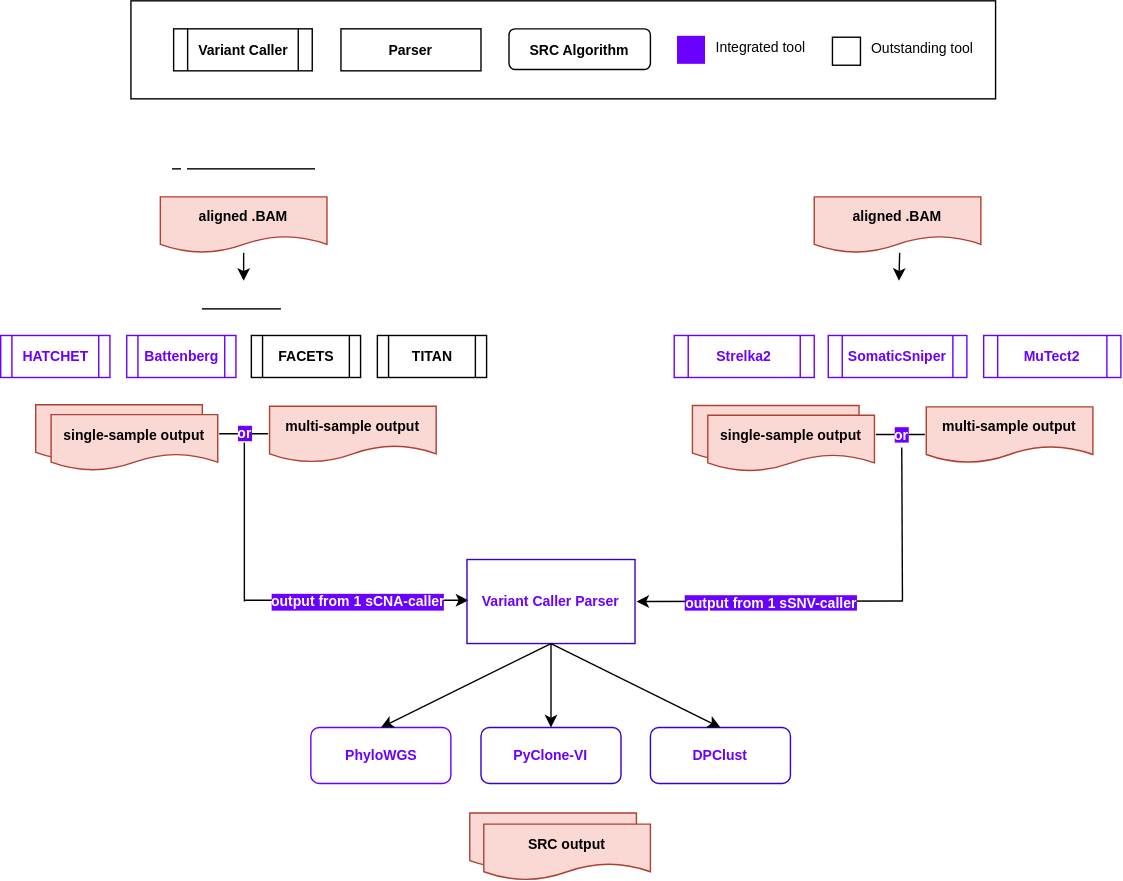
Earlier version of the draw.io export plots/proj-seed_workflow.drawio.svg (uclahs-cds/project-method-AlgorithmEvaluation-BNCH-000082-SRCRNDSeed). Source tidied: cells renumbered, new cells last; positions are measured from the earlier drawing's top-left corner, leaving out a move shared by most shapes.
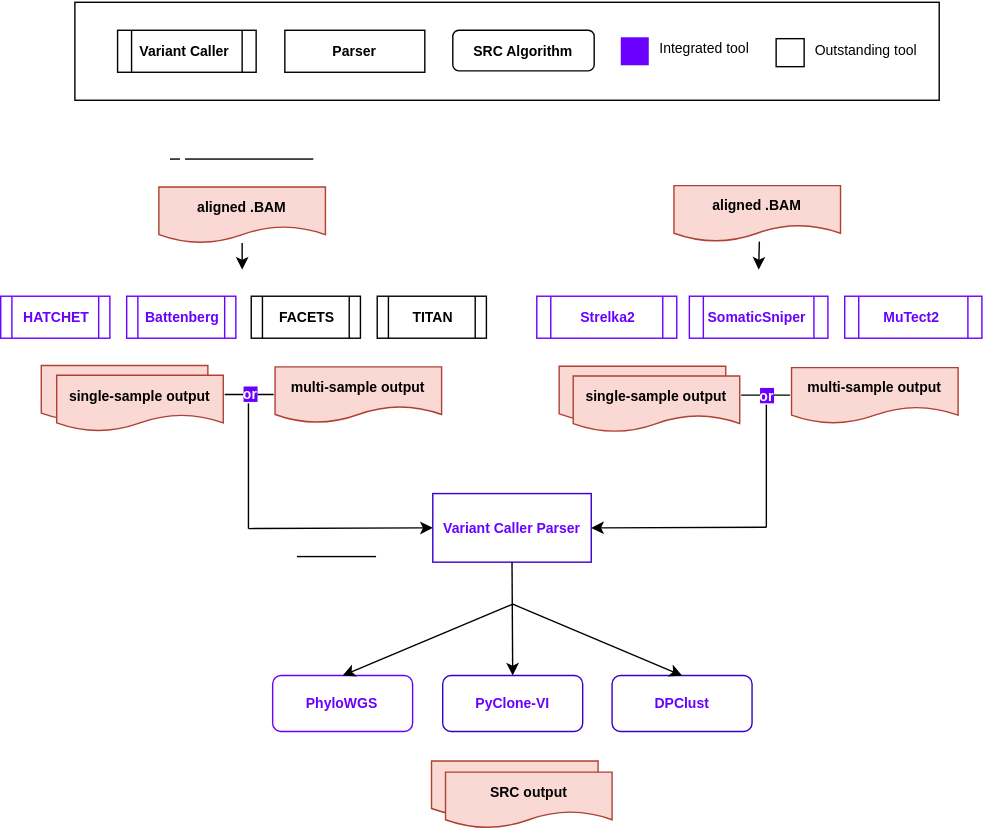
Later version of the same file.

Commit message:
Narrow graphic

Change to the diagram source:
```diff
@@ -4,171 +4,163 @@
     <mxCell id="1" parent="0" />
     <mxCell id="2" style="edgeStyle=none;html=1;fontSize=12;" parent="1" edge="1" source="3">
       <mxGeometry relative="1" as="geometry">
-        <mxPoint x="173.5" y="200" as="targetPoint" />
+        <mxPoint x="208.5" y="220" as="targetPoint" />
       </mxGeometry>
     </mxCell>
     <mxCell id="3" value="&lt;font style=&quot;font-size: 10px&quot; color=&quot;#000000&quot;&gt;&lt;b&gt;aligned .BAM&lt;/b&gt;&lt;/font&gt;" style="shape=document;whiteSpace=wrap;html=1;boundedLbl=1;fontSize=12;fillColor=#fad9d5;strokeColor=#ae4132;" parent="1" vertex="1">
-      <mxGeometry x="114" y="140" width="119" height="40" as="geometry" />
+      <mxGeometry x="149" y="161" width="119" height="40" as="geometry" />
     </mxCell>
     <mxCell id="4" style="edgeStyle=none;html=1;fontSize=12;" parent="1" edge="1">
       <mxGeometry relative="1" as="geometry">
-        <mxPoint x="642" y="180" as="sourcePoint" />
-        <mxPoint x="641.5" y="200" as="targetPoint" />
+        <mxPoint x="578" y="200" as="sourcePoint" />
+        <mxPoint x="577.5" y="220" as="targetPoint" />
       </mxGeometry>
     </mxCell>
     <mxCell id="5" value="&lt;font style=&quot;font-size: 10px&quot; color=&quot;#000000&quot;&gt;&lt;b&gt;aligned .BAM&lt;/b&gt;&lt;/font&gt;" style="shape=document;whiteSpace=wrap;html=1;boundedLbl=1;fontSize=12;fillColor=#fad9d5;strokeColor=#ae4132;" parent="1" vertex="1">
-      <mxGeometry x="581" y="140" width="119" height="40" as="geometry" />
+      <mxGeometry x="517" y="160" width="119" height="40" as="geometry" />
     </mxCell>
     <mxCell id="6" value="&lt;font style=&quot;font-size: 10px&quot; color=&quot;#6a00ff&quot;&gt;&lt;b&gt;HATCHET&lt;/b&gt;&lt;/font&gt;" style="shape=process;whiteSpace=wrap;html=1;backgroundOutline=1;fontSize=12;fillColor=none;strokeColor=#6A00FF;" parent="1" vertex="1">
-      <mxGeometry y="239" width="78" height="30" as="geometry" />
+      <mxGeometry x="36" y="239" width="78" height="30" as="geometry" />
     </mxCell>
     <mxCell id="7" value="&lt;span style=&quot;font-size: 10px&quot;&gt;&lt;font color=&quot;#6a00ff&quot;&gt;&lt;b&gt;Battenberg&lt;/b&gt;&lt;/font&gt;&lt;/span&gt;" style="shape=process;whiteSpace=wrap;html=1;backgroundOutline=1;fontSize=12;fillColor=none;strokeColor=#6A00FF;" parent="1" vertex="1">
-      <mxGeometry x="90" y="239" width="78" height="30" as="geometry" />
+      <mxGeometry x="126" y="239" width="78" height="30" as="geometry" />
     </mxCell>
     <mxCell id="8" value="&lt;font size=&quot;1&quot;&gt;&lt;b&gt;FACETS&lt;/b&gt;&lt;/font&gt;" style="shape=process;whiteSpace=wrap;html=1;backgroundOutline=1;fontSize=12;fillColor=none;" parent="1" vertex="1">
-      <mxGeometry x="179" y="239" width="78" height="30" as="geometry" />
+      <mxGeometry x="215" y="239" width="78" height="30" as="geometry" />
     </mxCell>
     <mxCell id="9" value="&lt;font style=&quot;font-size: 10px&quot;&gt;&lt;b&gt;TITAN&lt;/b&gt;&lt;/font&gt;" style="shape=process;whiteSpace=wrap;html=1;backgroundOutline=1;fontSize=12;fillColor=none;" parent="1" vertex="1">
-      <mxGeometry x="269" y="239" width="78" height="30" as="geometry" />
+      <mxGeometry x="305" y="239" width="78" height="30" as="geometry" />
     </mxCell>
     <mxCell id="10" value="&lt;font style=&quot;font-size: 10px&quot; color=&quot;#6a00ff&quot;&gt;&lt;b&gt;SomaticSniper&lt;/b&gt;&lt;/font&gt;" style="shape=process;whiteSpace=wrap;html=1;backgroundOutline=1;fontSize=12;fillColor=none;strokeColor=#6A00FF;" parent="1" vertex="1">
-      <mxGeometry x="591" y="239" width="99" height="30" as="geometry" />
+      <mxGeometry x="528" y="239" width="99" height="30" as="geometry" />
     </mxCell>
     <mxCell id="11" value="&lt;font style=&quot;font-size: 10px&quot; color=&quot;#6a00ff&quot;&gt;&lt;b&gt;MuTect2&lt;/b&gt;&lt;/font&gt;" style="shape=process;whiteSpace=wrap;html=1;backgroundOutline=1;fontSize=12;fillColor=none;strokeColor=#6A00FF;" parent="1" vertex="1">
-      <mxGeometry x="702" y="239" width="98" height="30" as="geometry" />
+      <mxGeometry x="639" y="239" width="98" height="30" as="geometry" />
     </mxCell>
     <mxCell id="12" value="&lt;font style=&quot;font-size: 10px&quot; color=&quot;#6a00ff&quot;&gt;&lt;b&gt;Strelka2&lt;/b&gt;&lt;/font&gt;" style="shape=process;whiteSpace=wrap;html=1;backgroundOutline=1;fontSize=12;fillColor=none;strokeColor=#6A00FF;" parent="1" vertex="1">
-      <mxGeometry x="481" y="239" width="100" height="30" as="geometry" />
+      <mxGeometry x="419" y="239" width="100" height="30" as="geometry" />
     </mxCell>
     <mxCell id="13" value="&lt;font style=&quot;font-size: 10px&quot; color=&quot;#000000&quot;&gt;&lt;b&gt;multi-sample output&lt;/b&gt;&lt;/font&gt;" style="shape=document;whiteSpace=wrap;html=1;boundedLbl=1;fontSize=12;fillColor=#fad9d5;strokeColor=#ae4132;" parent="1" vertex="1">
-      <mxGeometry x="661" y="290" width="119" height="40" as="geometry" />
+      <mxGeometry x="601" y="290" width="119" height="40" as="geometry" />
     </mxCell>
     <mxCell id="14" style="shape=document;whiteSpace=wrap;html=1;boundedLbl=1;fontSize=12;fillColor=#fad9d5;strokeColor=#ae4132;" parent="1" vertex="1">
-      <mxGeometry x="494" y="289" width="119" height="40" as="geometry" />
+      <mxGeometry x="435" y="289" width="119" height="40" as="geometry" />
     </mxCell>
     <mxCell id="15" value="&lt;span style=&quot;font-size: 10px&quot;&gt;&lt;b&gt;&lt;font color=&quot;#000000&quot;&gt;single-sample output&lt;/font&gt;&lt;/b&gt;&lt;/span&gt;" style="shape=document;whiteSpace=wrap;html=1;boundedLbl=1;fontSize=12;fillColor=#fad9d5;strokeColor=#ae4132;" parent="1" vertex="1">
-      <mxGeometry x="505" y="296" width="119" height="40" as="geometry" />
+      <mxGeometry x="445" y="296" width="119" height="40" as="geometry" />
     </mxCell>
-    <mxCell id="16" style="endArrow=classic;html=1;fontSize=10;" parent="1" edge="1">
-      <mxGeometry relative="1" as="geometry">
-        <mxPoint x="174" y="428.1" as="sourcePoint" />
-        <mxPoint x="334" y="428.1" as="targetPoint" />
-      </mxGeometry>
-    </mxCell>
-    <mxCell id="17" value="&lt;b&gt;&lt;font color=&quot;#ffffff&quot;&gt;output from 1 sCNA-caller&lt;/font&gt;&lt;/b&gt;" style="edgeLabel;html=1;align=center;verticalAlign=middle;fontSize=10;labelBackgroundColor=#6A00FF;" parent="16" vertex="1">
-      <mxGeometry relative="1" as="geometry" />
-    </mxCell>
-    <mxCell id="18" style="endArrow=none;html=1;fontSize=10;" parent="1" edge="1">
-      <mxGeometry relative="1" as="geometry">
-        <mxPoint x="174" y="429" as="sourcePoint" />
-        <mxPoint x="174" y="309" as="targetPoint" />
-      </mxGeometry>
-    </mxCell>
-    <mxCell id="19" style="endArrow=classic;html=1;fontSize=10;entryX=1;entryY=0.5;entryDx=0;entryDy=0;labelBackgroundColor=#6A00FF;" parent="1" edge="1">
-      <mxGeometry relative="1" as="geometry">
-        <mxPoint x="644" y="428.6" as="sourcePoint" />
-        <mxPoint x="454" y="429" as="targetPoint" />
-      </mxGeometry>
-    </mxCell>
-    <mxCell id="20" value="&lt;font&gt;&lt;b style=&quot;background-color: rgb(106 , 0 , 255)&quot;&gt;output from 1 sSNV-caller&lt;/b&gt;&lt;/font&gt;" style="edgeLabel;html=1;align=center;verticalAlign=middle;fontSize=10;fontColor=#FFFFFF;labelBackgroundColor=none;" parent="19" vertex="1">
-      <mxGeometry relative="1" as="geometry" />
-    </mxCell>
-    <mxCell id="21" value="&lt;font color=&quot;#ffffff&quot;&gt;&lt;b style=&quot;background-color: rgb(106 , 0 , 255)&quot;&gt;&amp;nbsp;or&amp;nbsp;&lt;/b&gt;&lt;/font&gt;" style="endArrow=none;html=1;fontSize=10;exitX=1;exitY=0.5;exitDx=0;exitDy=0;" parent="1" edge="1">
-      <mxGeometry relative="1" as="geometry">
-        <mxPoint x="625" y="309.7" as="sourcePoint" />
-        <mxPoint x="660" y="309.7" as="targetPoint" />
-      </mxGeometry>
-    </mxCell>
-    <mxCell id="22" style="endArrow=none;html=1;fontSize=10;" parent="1" edge="1">
-      <mxGeometry relative="1" as="geometry">
-        <mxPoint x="644" y="429" as="sourcePoint" />
-        <mxPoint x="643.5" y="319" as="targetPoint" />
-      </mxGeometry>
-    </mxCell>
     <mxCell id="23" style="shape=document;whiteSpace=wrap;html=1;boundedLbl=1;fontSize=12;fillColor=#fad9d5;strokeColor=#ae4132;" parent="1" vertex="1">
-      <mxGeometry x="335" y="580" width="119" height="40" as="geometry" />
+      <mxGeometry x="343.8" y="571" width="119" height="40" as="geometry" />
     </mxCell>
     <mxCell id="24" value="&lt;font style=&quot;font-size: 10px&quot; color=&quot;#000000&quot;&gt;&lt;b&gt;SRC output&lt;/b&gt;&lt;/font&gt;" style="shape=document;whiteSpace=wrap;html=1;boundedLbl=1;fontSize=12;fillColor=#fad9d5;strokeColor=#ae4132;" parent="1" vertex="1">
-      <mxGeometry x="345" y="588" width="119" height="40" as="geometry" />
+      <mxGeometry x="353.8" y="579" width="119" height="40" as="geometry" />
     </mxCell>
     <mxCell id="25" value="&lt;b&gt;&lt;font style=&quot;font-size: 12px&quot; color=&quot;#ffffff&quot;&gt;&lt;u&gt;pipeline-call-sSNV&lt;/u&gt;&lt;/font&gt;&lt;/b&gt;" style="text;html=1;strokeColor=none;fillColor=none;align=center;verticalAlign=middle;whiteSpace=wrap;rounded=0;fontSize=10;" parent="1" vertex="1">
-      <mxGeometry x="581" y="100" width="113.5" height="30" as="geometry" />
+      <mxGeometry x="522" y="121" width="113.5" height="30" as="geometry" />
     </mxCell>
     <mxCell id="26" value="&lt;font color=&quot;#6a00ff&quot;&gt;&lt;b&gt;Variant Caller Parser&amp;nbsp;&lt;/b&gt;&lt;/font&gt;" style="rounded=0;whiteSpace=wrap;html=1;fontSize=10;fillColor=none;fontColor=#ffffff;strokeColor=#3700CC;" parent="1" vertex="1">
-      <mxGeometry x="333" y="399" width="120" height="60" as="geometry" />
+      <mxGeometry x="344.7" y="380" width="113.2" height="49" as="geometry" />
     </mxCell>
     <mxCell id="27" value="&lt;font color=&quot;#6a00ff&quot;&gt;&lt;b&gt;PyClone-VI&lt;/b&gt;&lt;/font&gt;" style="rounded=1;whiteSpace=wrap;html=1;fontSize=10;fillColor=none;fontColor=#ffffff;strokeColor=#3700CC;" parent="1" vertex="1">
-      <mxGeometry x="343" y="519" width="100" height="40" as="geometry" />
+      <mxGeometry x="351.8" y="510" width="100" height="40" as="geometry" />
     </mxCell>
     <mxCell id="28" value="&lt;font color=&quot;#6a00ff&quot;&gt;&lt;b&gt;DPClust&lt;/b&gt;&lt;/font&gt;" style="rounded=1;whiteSpace=wrap;html=1;fontSize=10;fillColor=none;fontColor=#ffffff;strokeColor=#3700CC;" parent="1" vertex="1">
-      <mxGeometry x="464" y="519" width="100" height="40" as="geometry" />
+      <mxGeometry x="472.8" y="510" width="100" height="40" as="geometry" />
     </mxCell>
     <mxCell id="29" value="&lt;b&gt;&lt;font color=&quot;#6a00ff&quot;&gt;PhyloWGS&lt;/font&gt;&lt;/b&gt;" style="rounded=1;whiteSpace=wrap;html=1;fontSize=10;fillColor=none;strokeColor=#6A00FF;" parent="1" vertex="1">
-      <mxGeometry x="221.5" y="519" width="100" height="40" as="geometry" />
+      <mxGeometry x="230.3" y="510" width="100" height="40" as="geometry" />
     </mxCell>
     <mxCell id="30" style="endArrow=classic;html=1;fontSize=10;entryX=0.5;entryY=0;entryDx=0;entryDy=0;" parent="1" edge="1" target="28">
       <mxGeometry relative="1" as="geometry">
-        <mxPoint x="393" y="459" as="sourcePoint" />
+        <mxPoint x="401.8" y="459" as="sourcePoint" />
       </mxGeometry>
     </mxCell>
     <mxCell id="31" style="endArrow=classic;html=1;fontSize=10;entryX=0.5;entryY=0;entryDx=0;entryDy=0;" parent="1" edge="1" target="29">
       <mxGeometry relative="1" as="geometry">
-        <mxPoint x="393" y="459" as="sourcePoint" />
+        <mxPoint x="401.8" y="459" as="sourcePoint" />
       </mxGeometry>
     </mxCell>
-    <mxCell id="32" style="endArrow=classic;html=1;fontSize=10;entryX=0.5;entryY=0;entryDx=0;entryDy=0;" parent="1" edge="1" source="26" target="27">
+    <mxCell id="32" style="endArrow=classic;html=1;fontSize=10;entryX=0.5;entryY=0;entryDx=0;entryDy=0;exitX=0.5;exitY=1;exitDx=0;exitDy=0;" parent="1" edge="1" source="26" target="27">
       <mxGeometry relative="1" as="geometry" />
     </mxCell>
     <mxCell id="33" value="&lt;h1 style=&quot;font-size: 12px&quot;&gt;&lt;font color=&quot;#ffffff&quot;&gt;pipeline-call-sCNA&lt;/font&gt;&lt;br&gt;&lt;/h1&gt;" style="text;html=1;strokeColor=none;fillColor=none;spacing=5;spacingTop=-20;whiteSpace=wrap;overflow=hidden;rounded=0;fontSize=10;fontStyle=4;" parent="1" vertex="1">
-      <mxGeometry x="114" y="110" width="130" height="20" as="geometry" />
+      <mxGeometry x="149" y="131" width="130" height="20" as="geometry" />
     </mxCell>
     <mxCell id="34" style="group;fillColor=none;" parent="1" vertex="1">
-      <mxGeometry x="105.5" width="617.5" height="70" as="geometry" />
+      <mxGeometry x="102.5" y="28" width="617.5" height="70" as="geometry" />
     </mxCell>
     <mxCell id="35" style="rounded=0;whiteSpace=wrap;html=1;fontSize=12;strokeColor=default;fillColor=none;" parent="34" vertex="1">
-      <mxGeometry x="-12.5" width="617.5" height="70" as="geometry" />
+      <mxGeometry x="-13.5" y="1" width="617.5" height="70" as="geometry" />
     </mxCell>
     <mxCell id="36" value="&lt;font style=&quot;font-size: 10px&quot;&gt;&lt;b&gt;Variant Caller&lt;/b&gt;&lt;/font&gt;" style="shape=process;whiteSpace=wrap;html=1;backgroundOutline=1;fontSize=12;fillColor=none;" parent="34" vertex="1">
-      <mxGeometry x="18" y="20" width="99" height="30" as="geometry" />
+      <mxGeometry x="17" y="21" width="99" height="30" as="geometry" />
     </mxCell>
     <mxCell id="37" value="&lt;b&gt;Parser&lt;/b&gt;" style="rounded=0;whiteSpace=wrap;html=1;fontSize=10;fillColor=none;" parent="34" vertex="1">
-      <mxGeometry x="137.5" y="20" width="100" height="30" as="geometry" />
+      <mxGeometry x="136.5" y="21" width="100" height="30" as="geometry" />
     </mxCell>
     <mxCell id="38" value="&lt;font style=&quot;font-size: 10px&quot;&gt;&lt;b&gt;SRC Algorithm&lt;/b&gt;&lt;/font&gt;" style="rounded=1;whiteSpace=wrap;html=1;fontSize=12;fillColor=none;" parent="34" vertex="1">
-      <mxGeometry x="257.5" y="20" width="101" height="29" as="geometry" />
+      <mxGeometry x="256.5" y="21" width="101" height="29" as="geometry" />
     </mxCell>
     <mxCell id="39" style="whiteSpace=wrap;html=1;fontSize=10;fillColor=#6A00FF;fontColor=#ffffff;strokeColor=none;" parent="34" vertex="1">
-      <mxGeometry x="377.5" y="25" width="20" height="20" as="geometry" />
+      <mxGeometry x="376.5" y="26" width="20" height="20" as="geometry" />
     </mxCell>
     <mxCell id="40" value="Integrated tool" style="text;html=1;strokeColor=none;fillColor=none;align=left;verticalAlign=middle;whiteSpace=wrap;rounded=0;fontSize=10;" parent="34" vertex="1">
-      <mxGeometry x="403.5" y="23" width="79" height="20" as="geometry" />
+      <mxGeometry x="402.5" y="24" width="79" height="20" as="geometry" />
     </mxCell>
     <mxCell id="41" style="whiteSpace=wrap;html=1;fontSize=10;fillColor=none;strokeColor=default;" parent="34" vertex="1">
-      <mxGeometry x="488.5" y="26" width="20" height="20" as="geometry" />
+      <mxGeometry x="487.5" y="27" width="20" height="20" as="geometry" />
     </mxCell>
     <mxCell id="42" value="Outstanding tool" style="text;html=1;strokeColor=none;fillColor=none;align=left;verticalAlign=middle;whiteSpace=wrap;rounded=0;fontSize=10;" parent="34" vertex="1">
-      <mxGeometry x="514.5" y="24" width="79" height="20" as="geometry" />
+      <mxGeometry x="513.5" y="25" width="79" height="20" as="geometry" />
     </mxCell>
     <mxCell id="43" value="&lt;font style=&quot;font-size: 10px&quot; color=&quot;#000000&quot;&gt;&lt;b&gt;multi-sample output&lt;/b&gt;&lt;/font&gt;" style="shape=document;whiteSpace=wrap;html=1;boundedLbl=1;fontSize=12;fillColor=#fad9d5;strokeColor=#ae4132;" parent="1" vertex="1">
-      <mxGeometry x="192" y="289.5" width="119" height="40" as="geometry" />
+      <mxGeometry x="232" y="289.5" width="119" height="40" as="geometry" />
     </mxCell>
     <mxCell id="44" style="shape=document;whiteSpace=wrap;html=1;boundedLbl=1;fontSize=12;fillColor=#fad9d5;strokeColor=#ae4132;" parent="1" vertex="1">
-      <mxGeometry x="25" y="288.5" width="119" height="40" as="geometry" />
+      <mxGeometry x="65" y="288.5" width="119" height="40" as="geometry" />
     </mxCell>
     <mxCell id="45" value="&lt;span style=&quot;font-size: 10px&quot;&gt;&lt;b&gt;&lt;font color=&quot;#000000&quot;&gt;single-sample output&lt;/font&gt;&lt;/b&gt;&lt;/span&gt;" style="shape=document;whiteSpace=wrap;html=1;boundedLbl=1;fontSize=12;fillColor=#fad9d5;strokeColor=#ae4132;" parent="1" vertex="1">
-      <mxGeometry x="36" y="295.5" width="119" height="40" as="geometry" />
+      <mxGeometry x="76" y="295.5" width="119" height="40" as="geometry" />
     </mxCell>
-    <mxCell id="46" value="&lt;font color=&quot;#ffffff&quot;&gt;&lt;b style=&quot;background-color: rgb(106 , 0 , 255)&quot;&gt;&amp;nbsp;or&amp;nbsp;&lt;/b&gt;&lt;/font&gt;" style="endArrow=none;html=1;fontSize=10;exitX=1;exitY=0.5;exitDx=0;exitDy=0;" parent="1" edge="1">
-      <mxGeometry relative="1" as="geometry">
-        <mxPoint x="156" y="309.2" as="sourcePoint" />
-        <mxPoint x="191" y="309.2" as="targetPoint" />
-      </mxGeometry>
-    </mxCell>
     <mxCell id="47" value="&lt;h1 style=&quot;font-size: 12px&quot;&gt;&lt;font color=&quot;#ffffff&quot;&gt;call-sCNA&lt;/font&gt;&lt;br&gt;&lt;/h1&gt;" style="text;html=1;strokeColor=none;fillColor=none;spacing=5;spacingTop=-20;whiteSpace=wrap;overflow=hidden;rounded=0;fontSize=10;fontStyle=4;" parent="1" vertex="1">
-      <mxGeometry x="139" y="210" width="130" height="20" as="geometry" />
+      <mxGeometry x="243" y="415" width="130" height="20" as="geometry" />
     </mxCell>
     <mxCell id="48" value="&lt;b&gt;&lt;font style=&quot;font-size: 12px&quot; color=&quot;#ffffff&quot;&gt;&lt;u&gt;call-sSNV&lt;/u&gt;&lt;/font&gt;&lt;/b&gt;" style="text;html=1;strokeColor=none;fillColor=none;align=center;verticalAlign=middle;whiteSpace=wrap;rounded=0;fontSize=10;" parent="1" vertex="1">
-      <mxGeometry x="586.5" y="200" width="113.5" height="30" as="geometry" />
+      <mxGeometry x="473.8" y="405" width="113.5" height="30" as="geometry" />
     </mxCell>
+    <mxCell id="49" style="endArrow=classic;html=1;fontSize=12;fontColor=#FFFFFF;entryX=1;entryY=0.5;entryDx=0;entryDy=0;" parent="1" edge="1" target="26">
+      <mxGeometry relative="1" as="geometry">
+        <mxPoint x="583" y="404" as="sourcePoint" />
+      </mxGeometry>
+    </mxCell>
+    <mxCell id="50" style="endArrow=none;html=1;fontSize=12;fontColor=#FFFFFF;" parent="1" edge="1">
+      <mxGeometry relative="1" as="geometry">
+        <mxPoint x="583" y="404" as="sourcePoint" />
+        <mxPoint x="583" y="310" as="targetPoint" />
+      </mxGeometry>
+    </mxCell>
+    <mxCell id="51" style="endArrow=classic;html=1;fontSize=12;fontColor=#FFFFFF;entryX=0;entryY=0.5;entryDx=0;entryDy=0;" parent="1" edge="1" target="26">
+      <mxGeometry relative="1" as="geometry">
+        <mxPoint x="213" y="405" as="sourcePoint" />
+      </mxGeometry>
+    </mxCell>
+    <mxCell id="52" style="endArrow=none;html=1;fontSize=12;fontColor=#FFFFFF;" parent="1" edge="1">
+      <mxGeometry relative="1" as="geometry">
+        <mxPoint x="213" y="405" as="sourcePoint" />
+        <mxPoint x="213" y="310" as="targetPoint" />
+      </mxGeometry>
+    </mxCell>
+    <mxCell id="53" value="&lt;font color=&quot;#ffffff&quot;&gt;&lt;b style=&quot;background-color: rgb(106 , 0 , 255)&quot;&gt;&amp;nbsp;or&amp;nbsp;&lt;/b&gt;&lt;/font&gt;" style="endArrow=none;html=1;fontSize=10;exitX=1;exitY=0.5;exitDx=0;exitDy=0;" parent="1" edge="1">
+      <mxGeometry relative="1" as="geometry">
+        <mxPoint x="565" y="309.7" as="sourcePoint" />
+        <mxPoint x="600" y="309.7" as="targetPoint" />
+      </mxGeometry>
+    </mxCell>
+    <mxCell id="54" value="&lt;font color=&quot;#ffffff&quot;&gt;&lt;b style=&quot;background-color: rgb(106 , 0 , 255)&quot;&gt;&amp;nbsp;or&amp;nbsp;&lt;/b&gt;&lt;/font&gt;" style="endArrow=none;html=1;fontSize=10;exitX=1;exitY=0.5;exitDx=0;exitDy=0;" parent="1" edge="1">
+      <mxGeometry relative="1" as="geometry">
+        <mxPoint x="196" y="309.2" as="sourcePoint" />
+        <mxPoint x="231" y="309.2" as="targetPoint" />
+      </mxGeometry>
+    </mxCell>
   </root>
 </mxGraphModel>
```
